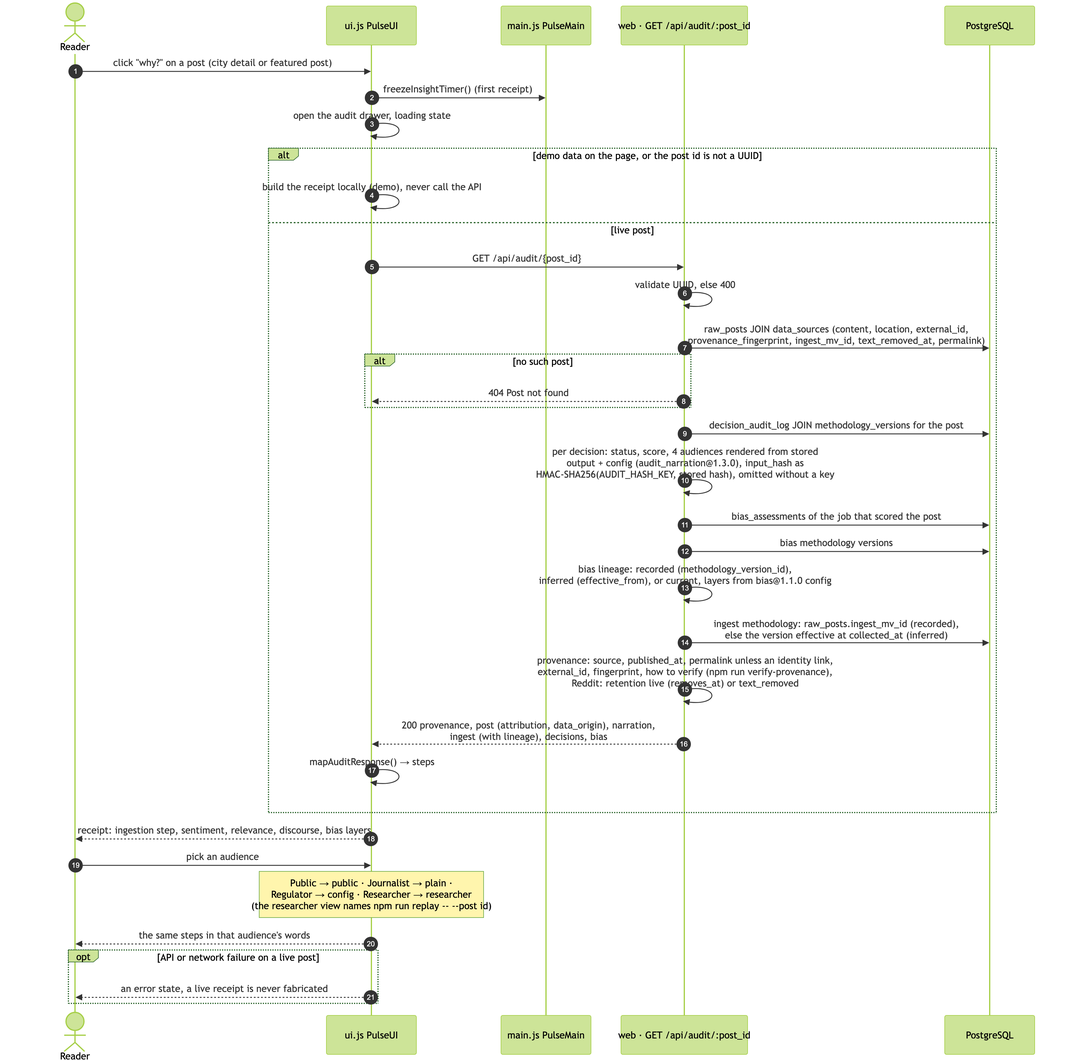
This is docs/diagrams/sequences/audit-receipt.png from jennifer-mckinney/pulse-of-ai, a Mermaid export, as it was before one commit. Its source is kept beside it as docs/diagrams/sequences/audit-receipt.mmd. Its diagram source:
```mermaid
sequenceDiagram
  autonumber
  actor Reader
  participant UI as ui.js PulseUI
  participant Main as main.js PulseMain
  participant API as web · GET /api/audit/:post_id
  participant DB as PostgreSQL

  Reader->>UI: click "why?" on a post (city detail or featured post)
  UI->>Main: freezeInsightTimer() (first receipt)
  UI->>UI: open the audit drawer, loading state
  alt demo data on the page, or the post id is not a UUID
    UI->>UI: build the receipt locally (demo), never call the API
  else live post
    UI->>API: GET /api/audit/{post_id}
    API->>API: validate UUID, else 400
    API->>DB: raw_posts JOIN data_sources (content, location, external_id,<br/>provenance_fingerprint, ingest_mv_id, text_removed_at, permalink)
    alt no such post
      API-->>UI: 404 Post not found
    end
    API->>DB: decision_audit_log JOIN methodology_versions for the post
    API->>API: per decision: status, score, 4 audiences rendered from stored<br/>output + config (audit_narration@1.3.0), input_hash as<br/>HMAC-SHA256(AUDIT_HASH_KEY, stored hash), omitted without a key
    API->>DB: bias_assessments of the job that scored the post
    API->>DB: bias methodology versions
    API->>API: bias lineage: recorded (methodology_version_id),<br/>inferred (effective_from), or current, layers from bias@1.1.0 config
    API->>DB: ingest methodology: raw_posts.ingest_mv_id (recorded),<br/>else the version effective at collected_at (inferred)
    API->>API: provenance: source, published_at, permalink unless an identity link,<br/>external_id, fingerprint, how to verify (npm run verify-provenance),<br/>Reddit: retention live (removes_at) or text_removed
    API-->>UI: 200 provenance, post (attribution, data_origin), narration,<br/>ingest (with lineage), decisions, bias
    UI->>UI: mapAuditResponse() → steps
  end
  UI-->>Reader: receipt: ingestion step, sentiment, relevance, discourse, bias layers

  Reader->>UI: pick an audience
  Note over UI: Public → public · Journalist → plain ·<br/>Regulator → config · Researcher → researcher<br/>(the researcher view names npm run replay -- --post id)
  UI-->>Reader: the same steps in that audience's words
  opt API or network failure on a live post
    UI-->>Reader: an error state, a live receipt is never fabricated
  end
```
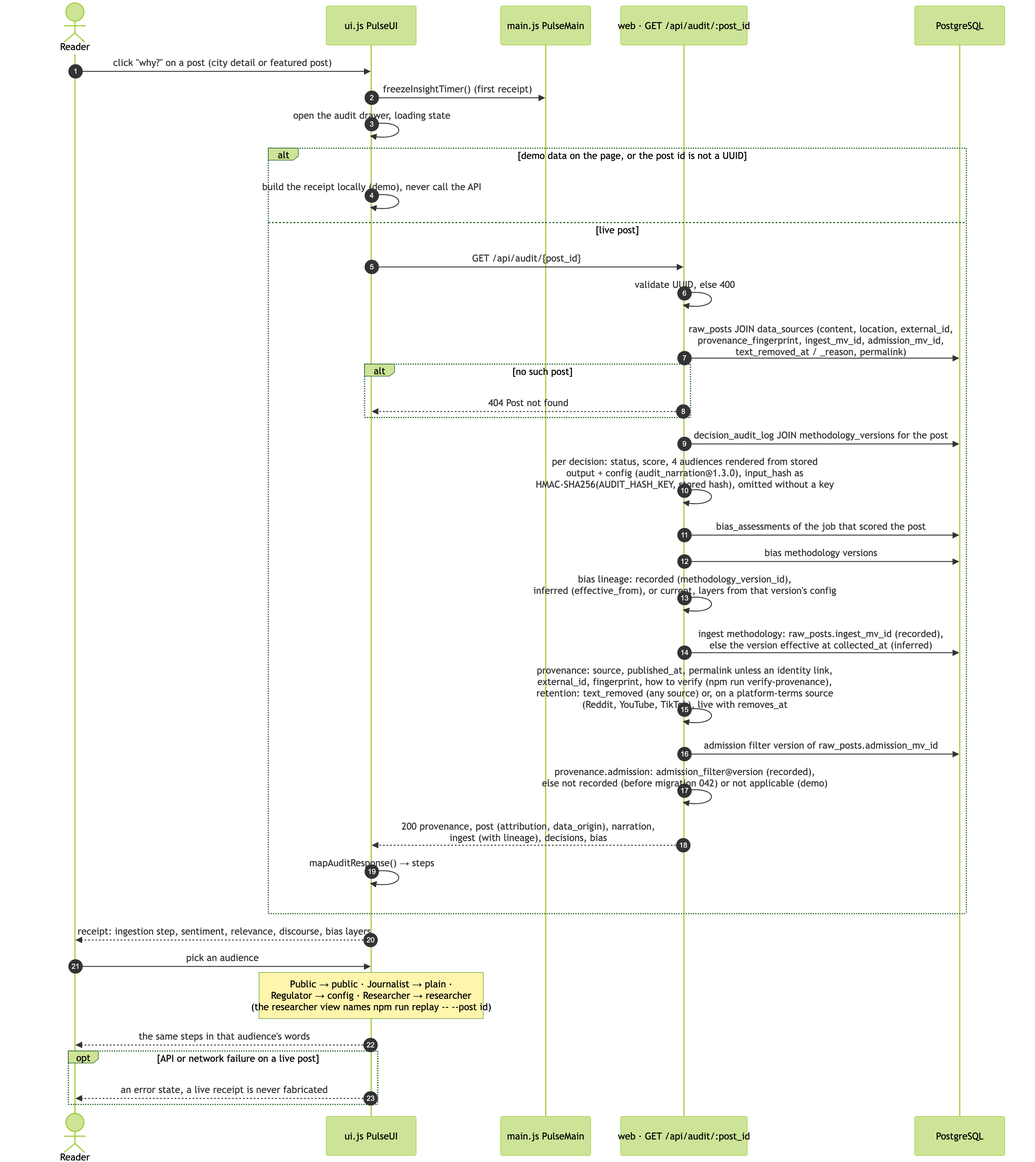
The same diagram one commit later.

What changed in the source:
```diff
@@ -14,7 +14,7 @@
   else live post
     UI->>API: GET /api/audit/{post_id}
     API->>API: validate UUID, else 400
-    API->>DB: raw_posts JOIN data_sources (content, location, external_id,<br/>provenance_fingerprint, ingest_mv_id, text_removed_at, permalink)
+    API->>DB: raw_posts JOIN data_sources (content, location, external_id,<br/>provenance_fingerprint, ingest_mv_id, admission_mv_id,<br/>text_removed_at / _reason, permalink)
     alt no such post
       API-->>UI: 404 Post not found
     end
@@ -22,9 +22,11 @@
     API->>API: per decision: status, score, 4 audiences rendered from stored<br/>output + config (audit_narration@1.3.0), input_hash as<br/>HMAC-SHA256(AUDIT_HASH_KEY, stored hash), omitted without a key
     API->>DB: bias_assessments of the job that scored the post
     API->>DB: bias methodology versions
-    API->>API: bias lineage: recorded (methodology_version_id),<br/>inferred (effective_from), or current, layers from bias@1.1.0 config
+    API->>API: bias lineage: recorded (methodology_version_id),<br/>inferred (effective_from), or current, layers from that version's config
     API->>DB: ingest methodology: raw_posts.ingest_mv_id (recorded),<br/>else the version effective at collected_at (inferred)
-    API->>API: provenance: source, published_at, permalink unless an identity link,<br/>external_id, fingerprint, how to verify (npm run verify-provenance),<br/>Reddit: retention live (removes_at) or text_removed
+    API->>API: provenance: source, published_at, permalink unless an identity link,<br/>external_id, fingerprint, how to verify (npm run verify-provenance),<br/>retention: text_removed (any source) or, on a platform-terms source<br/>(Reddit, YouTube, TikTok), live with removes_at
+    API->>DB: admission filter version of raw_posts.admission_mv_id
+    API->>API: provenance.admission: admission_filter@version (recorded),<br/>else not recorded (before migration 042) or not applicable (demo)
     API-->>UI: 200 provenance, post (attribution, data_origin), narration,<br/>ingest (with lineage), decisions, bias
     UI->>UI: mapAuditResponse() → steps
   end
```
